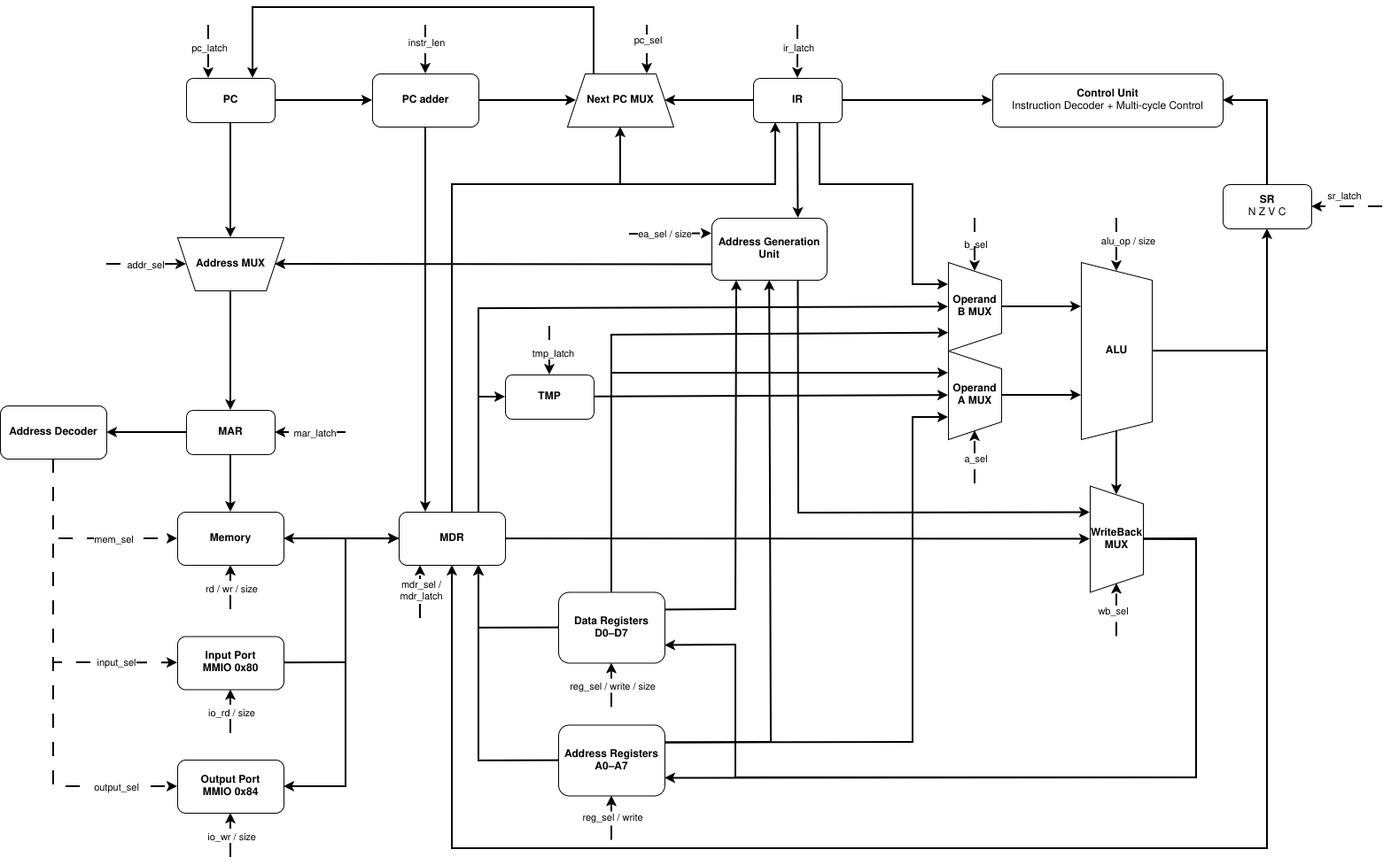
Above: M68k.png in barmichevg/csa3-schema (draw.io), before the change. Source tidied: cells renumbered, new cells last; positions are measured from the earlier drawing's top-left corner, leaving out a move shared by most shapes.
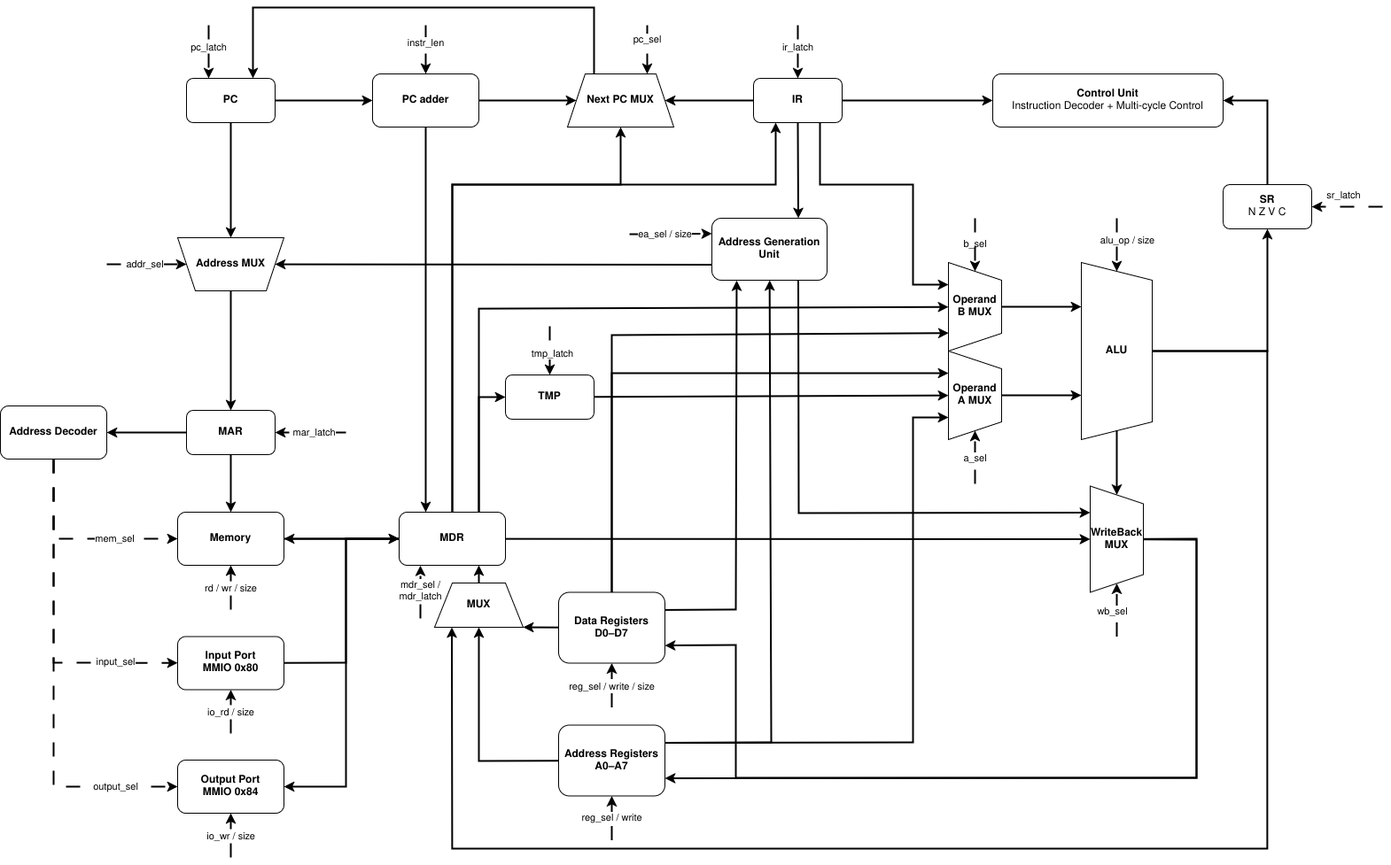
The same diagram one commit later.

Change to the diagram source:
```diff
@@ -264,7 +264,7 @@
     <mxCell id="64" style="jettySize=auto;html=1;rounded=0;endArrow=classic;strokeWidth=2;labelBackgroundColor=none;fontColor=default;" parent="1" edge="1" source="7" target="8">
       <mxGeometry relative="1" as="geometry" />
     </mxCell>
-    <mxCell id="65" style="jettySize=auto;html=1;rounded=0;endArrow=classic;strokeWidth=2;labelBackgroundColor=none;fontColor=default;" parent="1" edge="1" source="20" target="13">
+    <mxCell id="65" style="jettySize=auto;html=1;rounded=0;endArrow=classic;strokeWidth=2;labelBackgroundColor=none;fontColor=default;entryX=0.196;entryY=1.001;entryDx=0;entryDy=0;entryPerimeter=0;" parent="1" edge="1" source="20" target="106">
       <mxGeometry relative="1" as="geometry">
         <Array as="points">
           <mxPoint x="1430" y="388" />
@@ -350,7 +350,7 @@
         </Array>
       </mxGeometry>
     </mxCell>
-    <mxCell id="79" style="jettySize=auto;html=1;rounded=0;endArrow=classic;strokeWidth=2;labelBackgroundColor=none;fontColor=default;entryX=0.25;entryY=1;entryDx=0;entryDy=0;" parent="1" edge="1" source="14" target="18">
+    <mxCell id="79" style="jettySize=auto;html=1;rounded=0;endArrow=classic;strokeWidth=2;labelBackgroundColor=none;fontColor=default;entryX=0.25;entryY=1;entryDx=0;entryDy=0;exitX=0.5;exitY=0;exitDx=0;exitDy=0;" parent="1" edge="1" source="14" target="18">
       <mxGeometry relative="1" as="geometry">
         <Array as="points">
           <mxPoint x="690" y="413" />
@@ -372,14 +372,10 @@
         </Array>
       </mxGeometry>
     </mxCell>
-    <mxCell id="82" style="jettySize=auto;html=1;rounded=0;endArrow=classic;strokeWidth=2;labelBackgroundColor=none;fontColor=default;entryX=0.75;entryY=1;entryDx=0;entryDy=0;" parent="1" edge="1" source="14" target="13">
-      <mxGeometry relative="1" as="geometry">
-        <Array as="points">
-          <mxPoint x="540" y="701" />
-        </Array>
-      </mxGeometry>
+    <mxCell id="82" style="jettySize=auto;html=1;rounded=0;endArrow=classic;strokeWidth=2;labelBackgroundColor=none;fontColor=default;entryX=1;entryY=1;entryDx=0;entryDy=0;" parent="1" edge="1" source="14" target="106">
+      <mxGeometry relative="1" as="geometry" />
     </mxCell>
-    <mxCell id="83" style="jettySize=auto;html=1;rounded=0;endArrow=classic;strokeWidth=2;labelBackgroundColor=none;fontColor=default;entryX=0.75;entryY=1;entryDx=0;entryDy=0;" parent="1" edge="1" source="15" target="13">
+    <mxCell id="83" style="jettySize=auto;html=1;rounded=0;endArrow=classic;strokeWidth=2;labelBackgroundColor=none;fontColor=default;entryX=0.5;entryY=1;entryDx=0;entryDy=0;" parent="1" edge="1" source="15" target="106">
       <mxGeometry relative="1" as="geometry">
         <Array as="points">
           <mxPoint x="540" y="851" />
@@ -498,5 +494,11 @@
         <mxPoint x="-11" as="offset" />
       </mxGeometry>
     </mxCell>
+    <mxCell id="106" value="MUX" style="shape=trapezoid;perimeter=trapezoidPerimeter;whiteSpace=wrap;html=1;fixedSize=1;direction=east;fontStyle=1;labelBackgroundColor=none;" parent="1" vertex="1">
+      <mxGeometry x="490" y="650" width="100" height="50" as="geometry" />
+    </mxCell>
+    <mxCell id="107" style="jettySize=auto;html=1;rounded=0;endArrow=classic;strokeWidth=2;labelBackgroundColor=none;fontColor=default;entryX=0.75;entryY=1;entryDx=0;entryDy=0;exitX=0.5;exitY=0;exitDx=0;exitDy=0;" parent="1" edge="1" source="106" target="13">
+      <mxGeometry relative="1" as="geometry" />
+    </mxCell>
   </root>
 </mxGraphModel>
```
